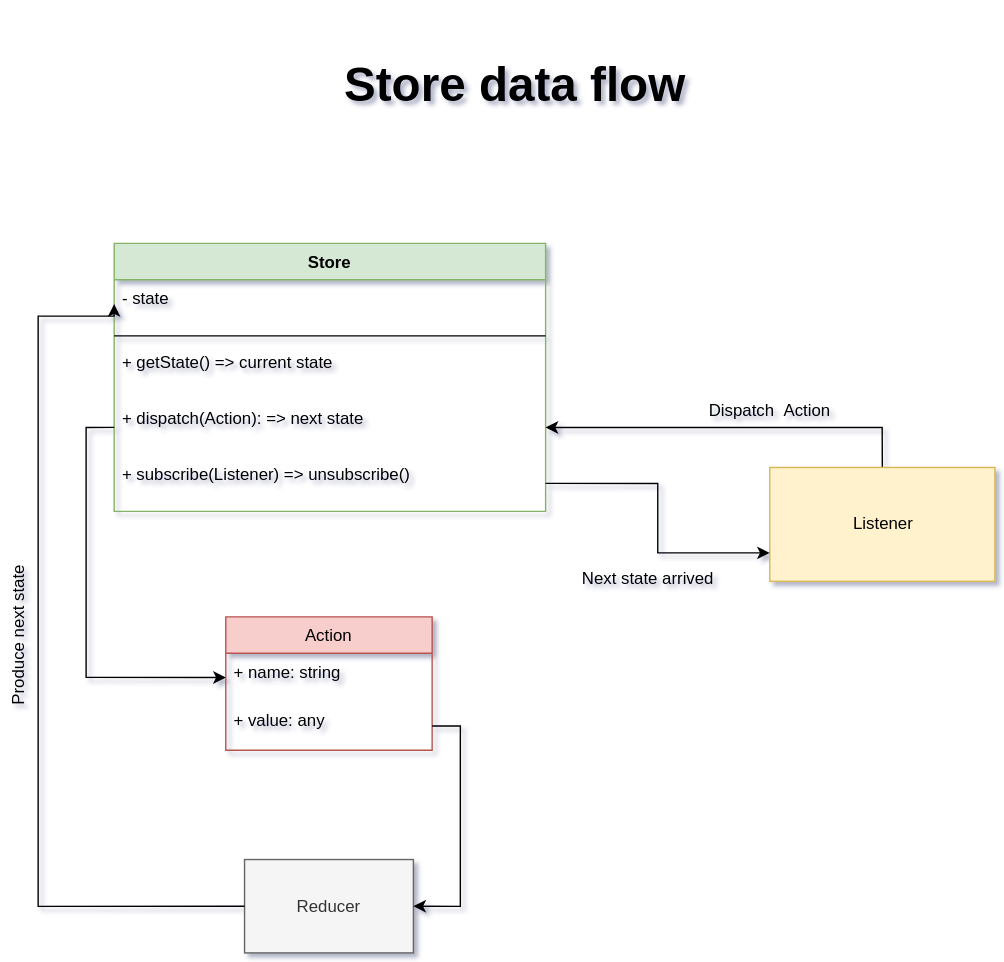
Before: docs/store-data-flow.svg, a diagram exported from draw.io (IfasdfgDsdfasdfEadfDFfd/jquery-plugin-range-slider). Source tidied: cells renumbered, new cells last; positions are measured from the earlier drawing's top-left corner, leaving out a move shared by most shapes.
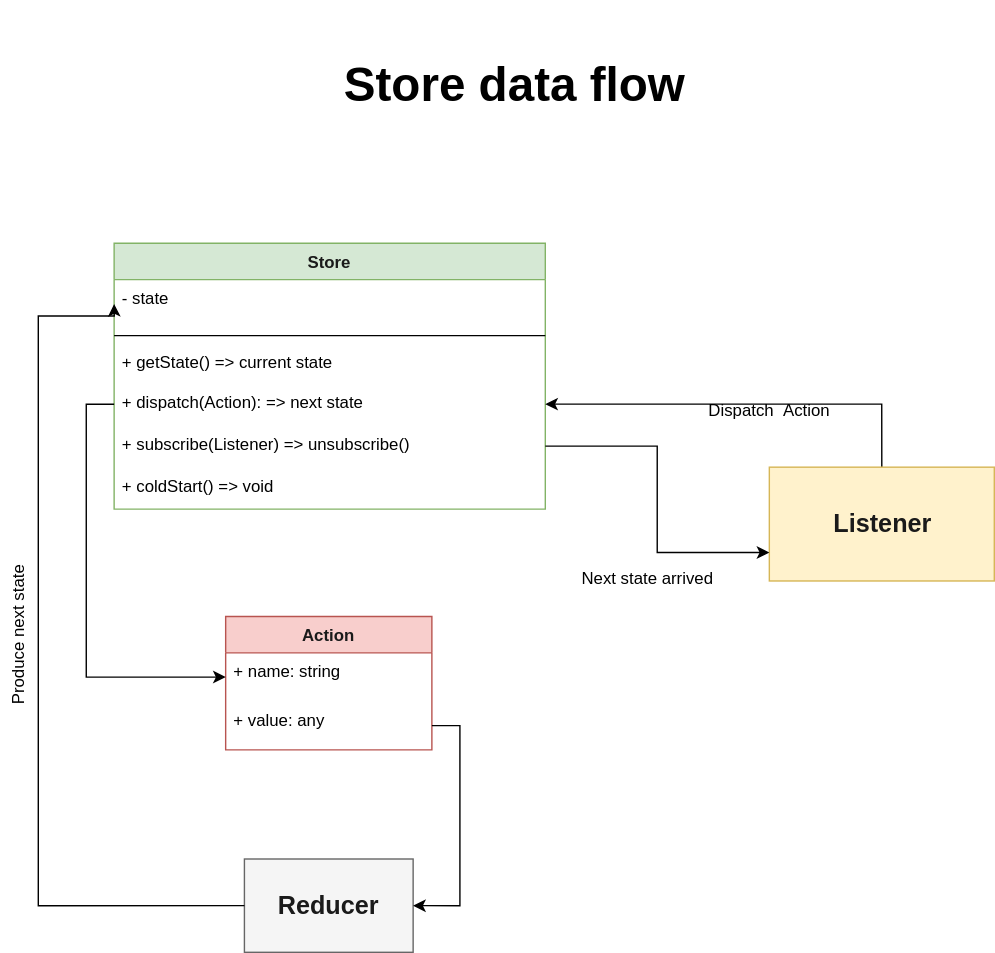
The same diagram one commit later.

Diff of the diagram source:
```diff
@@ -8,7 +8,7 @@
     <mxCell id="3" value="&lt;font style=&quot;font-size: 34px&quot;&gt;Store data flow&lt;/font&gt;" style="text;strokeColor=none;fillColor=none;html=1;fontSize=24;fontStyle=1;verticalAlign=middle;align=center;" parent="2" vertex="1">
       <mxGeometry x="93.8" y="-40" width="545.5" height="120" as="geometry" />
     </mxCell>
-    <mxCell id="4" value="Action" style="swimlane;fontStyle=0;horizontal=1;startSize=26;fillColor=#f8cecc;strokeColor=#b85450;" parent="2" vertex="1">
+    <mxCell id="4" value="Action" style="swimlane;fontStyle=1;horizontal=1;startSize=26;fillColor=#f8cecc;strokeColor=#b85450;fontColor=#1A1A1A;" parent="2" vertex="1">
       <mxGeometry x="160.8" y="400" width="147.4" height="95.3" as="geometry" />
     </mxCell>
     <mxCell id="5" value="+ name: string" style="text;strokeColor=none;fillColor=none;align=left;verticalAlign=top;spacingLeft=4;spacingRight=4;overflow=hidden;points=[[0,0.5],[1,0.5]];portConstraint=eastwest;" parent="4" vertex="1">
@@ -17,11 +17,11 @@
     <mxCell id="6" value="+ value: any" style="text;strokeColor=none;fillColor=none;align=left;verticalAlign=top;spacingLeft=4;spacingRight=4;overflow=hidden;points=[[0,0.5],[1,0.5]];portConstraint=eastwest;" parent="4" vertex="1">
       <mxGeometry y="60.7" width="147.4" height="34.7" as="geometry" />
     </mxCell>
-    <mxCell id="7" value="Reducer" style="html=1;fillColor=#f5f5f5;strokeColor=#666666;fontColor=#333333;" parent="2" vertex="1">
+    <mxCell id="7" value="&lt;font style=&quot;font-size: 18px&quot; color=&quot;#1a1a1a&quot;&gt;&lt;b&gt;Reducer&lt;/b&gt;&lt;/font&gt;" style="html=1;fillColor=#f5f5f5;strokeColor=#666666;fontColor=#333333;" parent="2" vertex="1">
       <mxGeometry x="174.2" y="573.3" width="120.6" height="66.7" as="geometry" />
     </mxCell>
-    <mxCell id="8" value="Store" style="swimlane;fontStyle=1;align=center;verticalAlign=top;horizontal=1;startSize=26;fillColor=#d5e8d4;strokeColor=#82b366;" parent="2" vertex="1">
-      <mxGeometry x="81" y="133.3" width="308.1" height="191.3" as="geometry" />
+    <mxCell id="8" value="Store" style="swimlane;fontStyle=1;align=center;verticalAlign=top;horizontal=1;startSize=26;fillColor=#d5e8d4;strokeColor=#82b366;fontSize=12;fontColor=#1A1A1A;" parent="2" vertex="1">
+      <mxGeometry x="81" y="133.3" width="308.1" height="190" as="geometry" />
     </mxCell>
     <mxCell id="9" value="- state" style="text;strokeColor=none;fillColor=none;align=left;verticalAlign=top;spacingLeft=4;spacingRight=4;overflow=hidden;points=[[0,0.5],[1,0.5]];portConstraint=eastwest;" parent="8" vertex="1">
       <mxGeometry y="26" width="308.1" height="34.7" as="geometry" />
@@ -30,18 +30,21 @@
       <mxGeometry y="60.7" width="308.1" height="10.7" as="geometry" />
     </mxCell>
     <mxCell id="11" value="+ getState() =&gt; current state" style="text;strokeColor=none;fillColor=none;align=left;verticalAlign=top;spacingLeft=4;spacingRight=4;overflow=hidden;" parent="8" vertex="1">
-      <mxGeometry y="71.3" width="308.1" height="40" as="geometry" />
+      <mxGeometry y="71.3" width="308.1" height="28.7" as="geometry" />
     </mxCell>
     <mxCell id="12" value="+ dispatch(Action): =&gt; next state" style="text;strokeColor=none;fillColor=none;align=left;verticalAlign=top;spacingLeft=4;spacingRight=4;overflow=hidden;points=[[0,0.5],[1,0.5]];portConstraint=eastwest;" parent="8" vertex="1">
-      <mxGeometry y="111.3" width="308.1" height="40" as="geometry" />
+      <mxGeometry y="100" width="308.1" height="30" as="geometry" />
     </mxCell>
     <mxCell id="13" value="+ subscribe(Listener) =&gt; unsubscribe()" style="text;strokeColor=none;fillColor=none;align=left;verticalAlign=top;spacingLeft=4;spacingRight=4;overflow=hidden;points=[[0,0.5],[1,0.5]];portConstraint=eastwest;" parent="8" vertex="1">
-      <mxGeometry y="151.3" width="308.1" height="40" as="geometry" />
+      <mxGeometry y="130" width="308.1" height="30" as="geometry" />
     </mxCell>
+    <mxCell id="23" value="+ coldStart() =&gt; void" style="text;strokeColor=none;fillColor=none;align=left;verticalAlign=top;spacingLeft=4;spacingRight=4;overflow=hidden;" parent="8" vertex="1">
+      <mxGeometry y="160" width="308.1" height="30" as="geometry" />
+    </mxCell>
     <mxCell id="14" style="edgeStyle=orthogonalEdgeStyle;rounded=0;jettySize=auto;html=1;exitX=0.5;exitY=0;exitDx=0;exitDy=0;" parent="2" edge="1" source="15" target="12">
       <mxGeometry relative="1" as="geometry" />
     </mxCell>
-    <mxCell id="15" value="Listener" style="html=1;fillColor=#fff2cc;strokeColor=#d6b656;" parent="2" vertex="1">
+    <mxCell id="15" value="&lt;font color=&quot;#1a1a1a&quot; size=&quot;1&quot;&gt;&lt;b style=&quot;font-size: 18px&quot;&gt;Listener&lt;/b&gt;&lt;/font&gt;" style="html=1;fillColor=#fff2cc;strokeColor=#d6b656;" parent="2" vertex="1">
       <mxGeometry x="549.2" y="293.3" width="160.8" height="81.3" as="geometry" />
     </mxCell>
     <mxCell id="16" style="edgeStyle=orthogonalEdgeStyle;rounded=0;jettySize=auto;html=1;exitX=1;exitY=0.5;exitDx=0;exitDy=0;entryX=0;entryY=0.75;entryDx=0;entryDy=0;" parent="2" edge="1" source="13" target="15">
```
